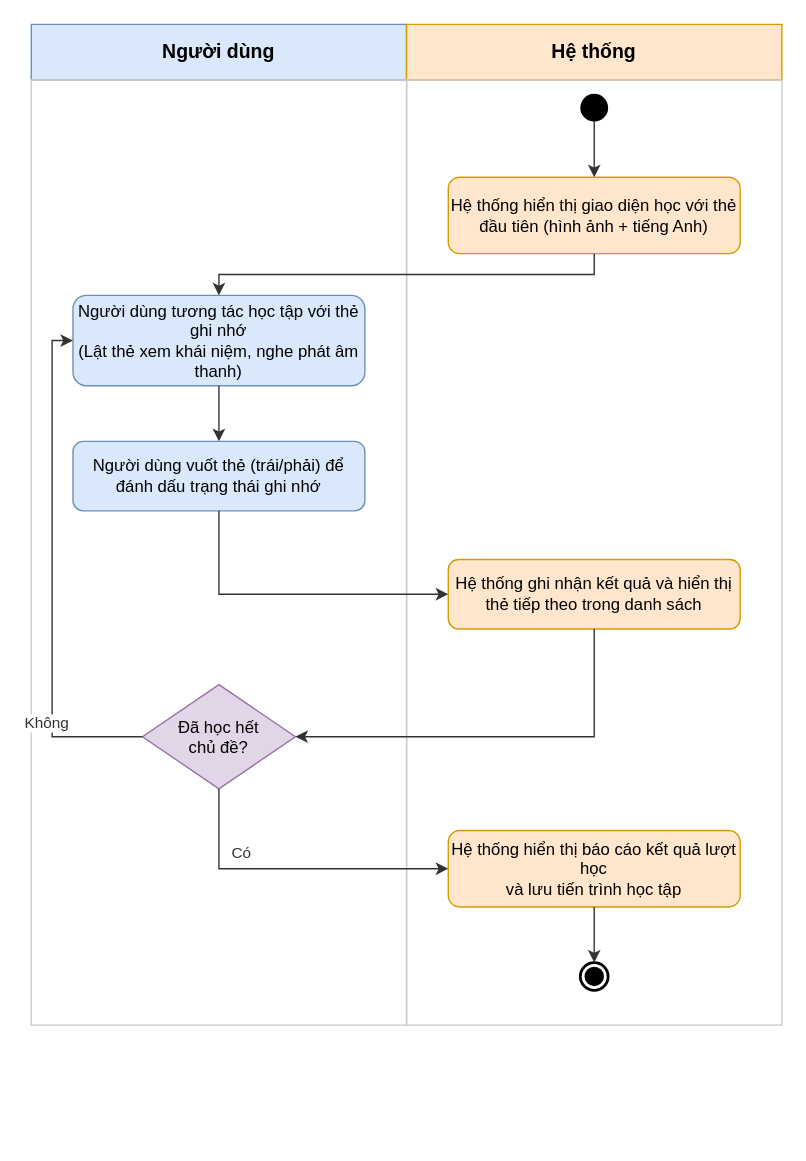
Before: docs/AD/activity_diagram_learn_flashcard.drawio in mitiie/KidX, a draw.io diagram. Source tidied: cells renumbered, new cells numbered last; positions are measured from the earlier drawing's top-left corner, leaving out a move shared by most shapes. Both pictures are drawn from the tidied source at 139%, with x=0, y=0 at pixel (31, 24).
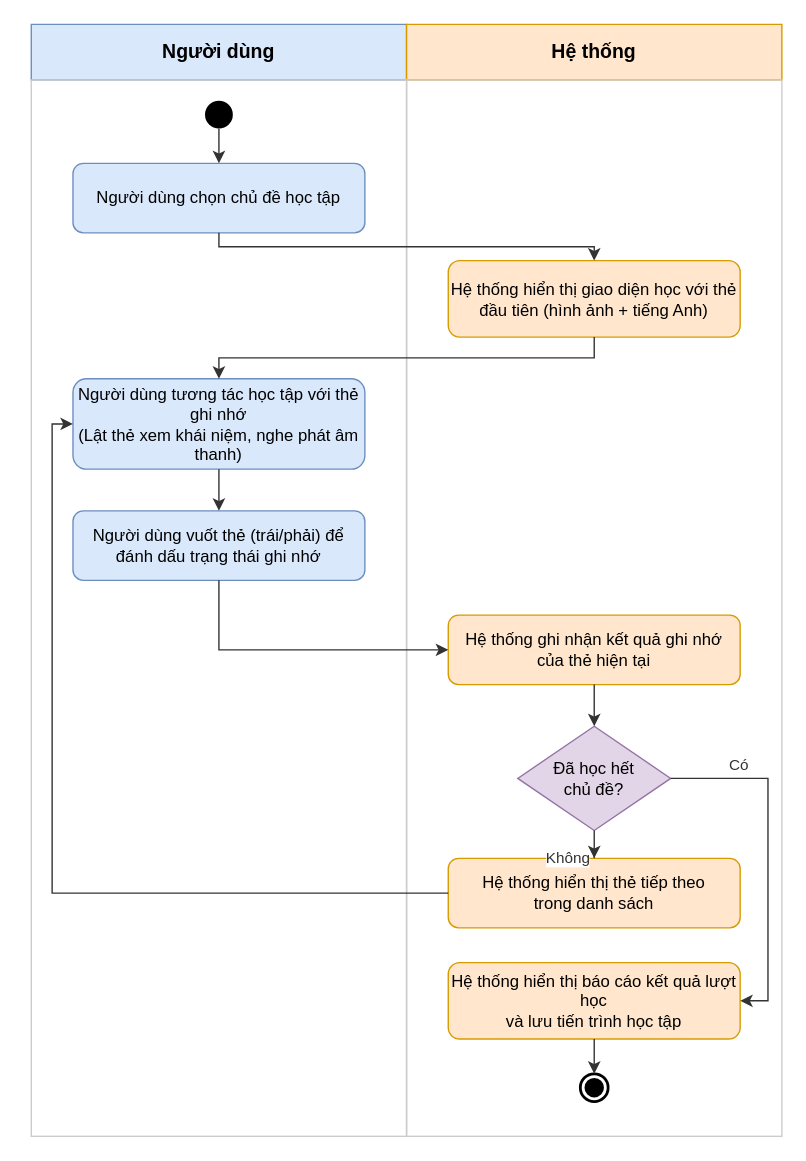
The same page after the edit.

Diff of the diagram source:
```diff
@@
     <mxCell id="4" style="fillColor=none;strokeColor=#cccccc;strokeWidth=1;" parent="1" vertex="1">
-      <mxGeometry y="40" width="270" height="680" as="geometry" />
+      <mxGeometry y="40" width="270" height="760" as="geometry" />
     </mxCell>
     <mxCell id="5" style="fillColor=none;strokeColor=#cccccc;strokeWidth=1;" parent="1" vertex="1">
-      <mxGeometry x="270" y="40" width="270" height="680" as="geometry" />
+      <mxGeometry x="270" y="40" width="270" height="760" as="geometry" />
     </mxCell>
     <mxCell id="6" style="ellipse;html=1;fillColor=#000000;strokeColor=none;" parent="1" vertex="1">
-      <mxGeometry x="395" y="50" width="20" height="20" as="geometry" />
+      <mxGeometry x="125" y="55" width="20" height="20" as="geometry" />
     </mxCell>
+    <mxCell id="24" value="Người dùng chọn chủ đề học tập" style="rounded=1;whiteSpace=wrap;html=1;fillColor=#dae8fc;strokeColor=#6c8ebf;fontColor=#000000;fontSize=12;" parent="1" vertex="1">
+      <mxGeometry x="30" y="100" width="210" height="50" as="geometry" />
+    </mxCell>
     <mxCell id="7" value="Hệ thống hiển thị giao diện học với thẻ&#10;đầu tiên (hình ảnh + tiếng Anh)" style="rounded=1;whiteSpace=wrap;html=1;fillColor=#ffe6cc;strokeColor=#d79b00;fontColor=#000000;fontSize=12;" parent="1" vertex="1">
-      <mxGeometry x="300" y="110" width="210" height="55" as="geometry" />
+      <mxGeometry x="300" y="170" width="210" height="55" as="geometry" />
     </mxCell>
     <mxCell id="8" value="Người dùng tương tác học tập với thẻ ghi nhớ&#10;(Lật thẻ xem khái niệm, nghe phát âm thanh)" style="rounded=1;whiteSpace=wrap;html=1;fillColor=#dae8fc;strokeColor=#6c8ebf;fontColor=#000000;fontSize=12;" parent="1" vertex="1">
-      <mxGeometry x="30" y="195" width="210" height="65" as="geometry" />
+      <mxGeometry x="30" y="255" width="210" height="65" as="geometry" />
     </mxCell>
     <mxCell id="9" value="Người dùng vuốt thẻ (trái/phải) để&#10;đánh dấu trạng thái ghi nhớ" style="rounded=1;whiteSpace=wrap;html=1;fillColor=#dae8fc;strokeColor=#6c8ebf;fontColor=#000000;fontSize=12;" parent="1" vertex="1">
-      <mxGeometry x="30" y="300" width="210" height="50" as="geometry" />
+      <mxGeometry x="30" y="350" width="210" height="50" as="geometry" />
     </mxCell>
-    <mxCell id="10" value="Hệ thống ghi nhận kết quả và hiển thị&#10;thẻ tiếp theo trong danh sách" style="rounded=1;whiteSpace=wrap;html=1;fillColor=#ffe6cc;strokeColor=#d79b00;fontColor=#000000;fontSize=12;" parent="1" vertex="1">
-      <mxGeometry x="300" y="385" width="210" height="50" as="geometry" />
+    <mxCell id="10" value="Hệ thống ghi nhận kết quả ghi nhớ&#10;của thẻ hiện tại" style="rounded=1;whiteSpace=wrap;html=1;fillColor=#ffe6cc;strokeColor=#d79b00;fontColor=#000000;fontSize=12;" parent="1" vertex="1">
+      <mxGeometry x="300" y="425" width="210" height="50" as="geometry" />
     </mxCell>
     <mxCell id="11" value="Đã học hết&#10;chủ đề?" style="rhombus;whiteSpace=wrap;html=1;fillColor=#e1d5e7;strokeColor=#9673a6;fontColor=#000000;fontSize=12;" parent="1" vertex="1">
-      <mxGeometry x="80" y="475" width="110" height="75" as="geometry" />
+      <mxGeometry x="350" y="505" width="110" height="75" as="geometry" />
     </mxCell>
+    <mxCell id="25" value="Hệ thống hiển thị thẻ tiếp theo&#10;trong danh sách" style="rounded=1;whiteSpace=wrap;html=1;fillColor=#ffe6cc;strokeColor=#d79b00;fontColor=#000000;fontSize=12;" parent="1" vertex="1">
+      <mxGeometry x="300" y="600" width="210" height="50" as="geometry" />
+    </mxCell>
     <mxCell id="12" value="Hệ thống hiển thị báo cáo kết quả lượt học&#10;và lưu tiến trình học tập" style="rounded=1;whiteSpace=wrap;html=1;fillColor=#ffe6cc;strokeColor=#d79b00;fontColor=#000000;fontSize=12;" parent="1" vertex="1">
-      <mxGeometry x="300" y="580" width="210" height="55" as="geometry" />
+      <mxGeometry x="300" y="675" width="210" height="55" as="geometry" />
     </mxCell>
     <mxCell id="13" style="ellipse;html=1;shape=endState;fillColor=#000000;strokeColor=#000000;strokeWidth=2;" parent="1" vertex="1">
-      <mxGeometry x="395" y="675" width="20" height="20" as="geometry" />
+      <mxGeometry x="395" y="755" width="20" height="20" as="geometry" />
     </mxCell>
-    <mxCell id="14" style="edgeStyle=orthogonalEdgeStyle;rounded=0;jettySize=auto;html=1;strokeColor=#333333;endArrow=classic;" parent="1" edge="1" source="6" target="7">
+    <mxCell id="14" style="edgeStyle=orthogonalEdgeStyle;rounded=0;jettySize=auto;html=1;strokeColor=#333333;endArrow=classic;" parent="1" edge="1" source="6" target="24">
       <mxGeometry relative="1" as="geometry" />
     </mxCell>
+    <mxCell id="26" style="edgeStyle=orthogonalEdgeStyle;rounded=0;jettySize=auto;html=1;strokeColor=#333333;endArrow=classic;entryX=0.5;entryY=0;" parent="1" edge="1" source="24" target="7">
+      <mxGeometry relative="1" as="geometry">
+        <Array as="points">
+          <mxPoint x="135" y="160" />
+          <mxPoint x="405" y="160" />
+        </Array>
+      </mxGeometry>
+    </mxCell>
     <mxCell id="15" style="edgeStyle=orthogonalEdgeStyle;rounded=0;jettySize=auto;html=1;strokeColor=#333333;endArrow=classic;entryX=0.5;entryY=0;" parent="1" edge="1" source="7" target="8">
       <mxGeometry relative="1" as="geometry">
         <Array as="points">
-          <mxPoint x="405" y="180" />
-          <mxPoint x="135" y="180" />
+          <mxPoint x="405" y="240" />
+          <mxPoint x="135" y="240" />
         </Array>
       </mxGeometry>
     </mxCell>
@@
     <mxCell id="17" style="edgeStyle=orthogonalEdgeStyle;rounded=0;jettySize=auto;html=1;strokeColor=#333333;endArrow=classic;entryX=0;entryY=0.5;" parent="1" edge="1" source="9" target="10">
       <mxGeometry relative="1" as="geometry">
         <Array as="points">
-          <mxPoint x="135" y="410" />
+          <mxPoint x="135" y="450" />
         </Array>
       </mxGeometry>
     </mxCell>
-    <mxCell id="18" style="edgeStyle=orthogonalEdgeStyle;rounded=0;jettySize=auto;html=1;strokeColor=#333333;endArrow=classic;entryX=1;entryY=0.5;" parent="1" edge="1" source="10" target="11">
-      <mxGeometry relative="1" as="geometry">
-        <Array as="points">
-          <mxPoint x="405" y="512.5" />
-        </Array>
-      </mxGeometry>
+    <mxCell id="18" style="edgeStyle=orthogonalEdgeStyle;rounded=0;jettySize=auto;html=1;strokeColor=#333333;endArrow=classic;" parent="1" edge="1" source="10" target="11">
+      <mxGeometry relative="1" as="geometry" />
     </mxCell>
-    <mxCell id="19" style="edgeStyle=orthogonalEdgeStyle;rounded=0;jettySize=auto;html=1;strokeColor=#333333;endArrow=classic;entryX=0;entryY=0.5;" parent="1" edge="1" source="11" target="8">
-      <mxGeometry relative="1" as="geometry">
-        <Array as="points">
-          <mxPoint x="15" y="512.5" />
-          <mxPoint x="15" y="227.5" />
-        </Array>
-      </mxGeometry>
-    </mxCell>
+    <mxCell id="27" style="edgeStyle=orthogonalEdgeStyle;rounded=0;jettySize=auto;html=1;strokeColor=#333333;endArrow=classic;" parent="1" edge="1" source="11" target="25">
+      <mxGeometry relative="1" as="geometry" />
+    </mxCell>
-    <mxCell id="20" value="Không" style="edgeLabel;html=1;align=center;verticalAlign=middle;fontSize=11;fontColor=#333333;" parent="19" vertex="1">
-      <mxGeometry x="-0.7" relative="1" as="geometry">
-        <mxPoint x="-15" y="-10" as="offset" />
+    <mxCell id="20" value="Không" style="edgeLabel;html=1;align=center;verticalAlign=middle;fontSize=11;fontColor=#333333;" parent="27" vertex="1">
+      <mxGeometry x="-0.3" relative="1" as="geometry">
+        <mxPoint x="-20" as="offset" />
       </mxGeometry>
     </mxCell>
+    <mxCell id="28" style="edgeStyle=orthogonalEdgeStyle;rounded=0;jettySize=auto;html=1;strokeColor=#333333;endArrow=classic;entryX=0;entryY=0.5;" parent="1" edge="1" source="25" target="8">
+      <mxGeometry relative="1" as="geometry">
+        <Array as="points">
+          <mxPoint x="15" y="625" />
+          <mxPoint x="15" y="287.5" />
+        </Array>
+      </mxGeometry>
+    </mxCell>
-    <mxCell id="21" style="edgeStyle=orthogonalEdgeStyle;rounded=0;jettySize=auto;html=1;strokeColor=#333333;endArrow=classic;entryX=0;entryY=0.5;" parent="1" edge="1" source="11" target="12">
+    <mxCell id="21" style="edgeStyle=orthogonalEdgeStyle;rounded=0;jettySize=auto;html=1;strokeColor=#333333;endArrow=classic;entryX=1;entryY=0.5;" parent="1" edge="1" source="11" target="12">
       <mxGeometry relative="1" as="geometry">
         <Array as="points">
-          <mxPoint x="135" y="607.5" />
+          <mxPoint x="530" y="542.5" />
+          <mxPoint x="530" y="702.5" />
         </Array>
       </mxGeometry>
     </mxCell>
     <mxCell id="22" value="Có" style="edgeLabel;html=1;align=center;verticalAlign=middle;fontSize=11;fontColor=#333333;" parent="21" vertex="1">
-      <mxGeometry x="-0.6" relative="1" as="geometry">
-        <mxPoint x="15" as="offset" />
+      <mxGeometry x="-0.7" relative="1" as="geometry">
+        <mxPoint x="10" y="-10" as="offset" />
       </mxGeometry>
     </mxCell>
```
